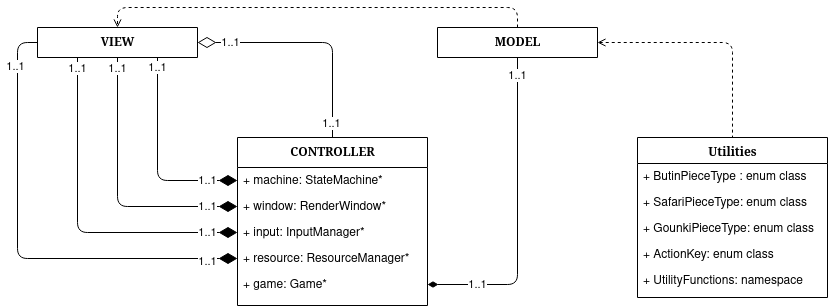
Splintery/Knight-Moves-and-Safari-Grooves keeps this draw.io diagram as uml/UML.png. Above is the earlier version. Source tidied: cells renumbered, new cells last; positions are measured from the earlier drawing's top-left corner, leaving out a move shared by most shapes.
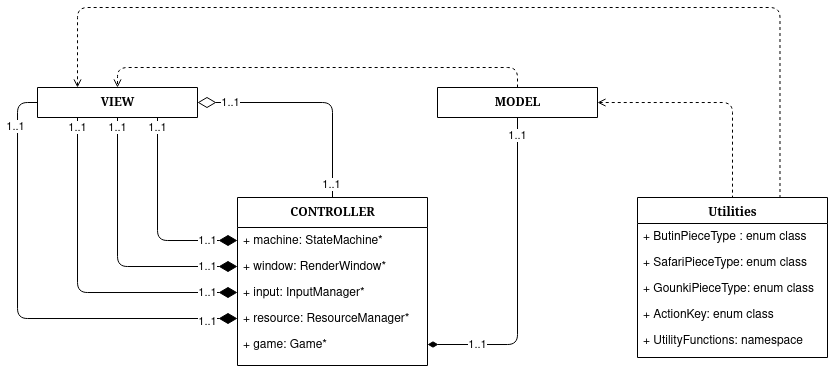
After the commit.

Change to the diagram source:
```diff
@@ -130,5 +130,13 @@
     <mxCell id="35" value="+ UtilityFunctions: namespace" style="text;html=1;strokeColor=none;fillColor=none;align=left;verticalAlign=top;spacingLeft=4;spacingRight=4;whiteSpace=wrap;overflow=hidden;" parent="30" vertex="1">
       <mxGeometry y="130" width="190" height="26" as="geometry" />
     </mxCell>
+    <mxCell id="36" style="edgeStyle=orthogonalEdgeStyle;rounded=1;jettySize=auto;html=1;entryX=0.75;entryY=0;entryDx=0;entryDy=0;endArrow=none;endFill=0;dashed=1;startArrow=open;startFill=0;exitX=0.25;exitY=0;exitDx=0;exitDy=0;" parent="1" edge="1" source="21" target="30">
+      <mxGeometry relative="1" as="geometry">
+        <Array as="points">
+          <mxPoint x="40" y="-80" />
+          <mxPoint x="743" y="-80" />
+        </Array>
+      </mxGeometry>
+    </mxCell>
   </root>
 </mxGraphModel>
```
